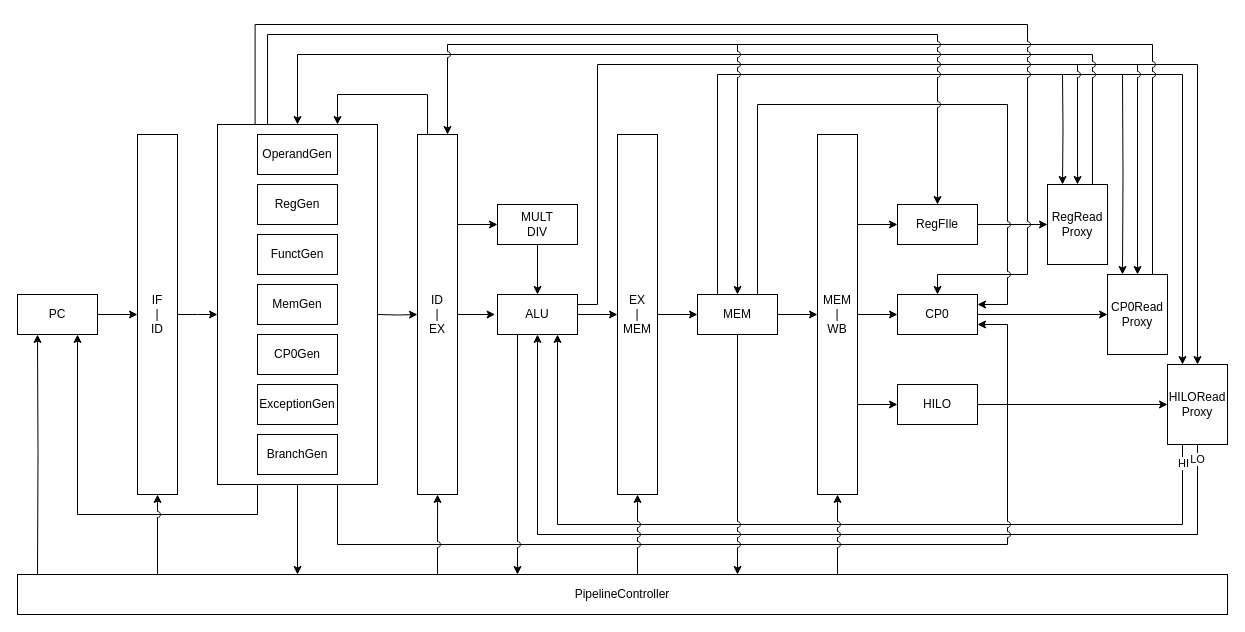
Above: CS/ExternMIPS/算术运算指令/ADD.drawio in umiskky/Diagrams (draw.io), before the change. Source tidied: cells renumbered, new cells numbered last; positions are measured from the earlier drawing's top-left corner, leaving out a move shared by most shapes. Both pictures are drawn from the tidied source at 100%, with x=0, y=0 at pixel (17, 24).
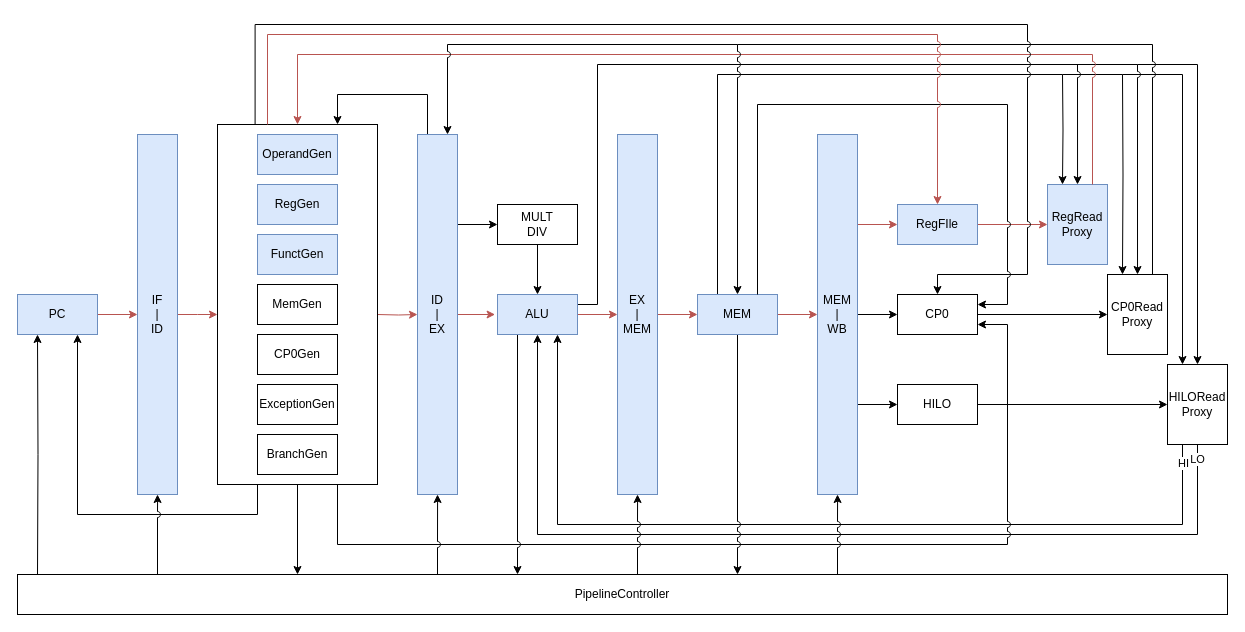
The same diagram, later.

The change refers to these unchanged cells:
```xml
<mxCell id="60" value="&lt;blockquote style=&quot;margin: 0 0 0 40px ; border: none ; padding: 0px&quot;&gt;&lt;/blockquote&gt;" style="rounded=0;whiteSpace=wrap;html=1;align=left;" parent="1" vertex="1">
  <mxGeometry x="200" y="100" width="160" height="360" as="geometry" />
</mxCell>
```

Diff of the diagram source:
```diff
@@
-    <mxCell id="15" style="edgeStyle=orthogonalEdgeStyle;rounded=0;jettySize=auto;html=1;exitX=1;exitY=0.5;exitDx=0;exitDy=0;" parent="1" edge="1" source="17" target="20">
+    <mxCell id="15" style="edgeStyle=orthogonalEdgeStyle;rounded=0;jettySize=auto;html=1;exitX=1;exitY=0.5;exitDx=0;exitDy=0;fillColor=#f8cecc;strokeColor=#b85450;" parent="1" edge="1" source="17" target="20">
       <mxGeometry relative="1" as="geometry" />
     </mxCell>
@@
-    <mxCell id="17" value="PC" style="rounded=0;whiteSpace=wrap;html=1;" parent="1" vertex="1">
+    <mxCell id="17" value="PC" style="rounded=0;whiteSpace=wrap;html=1;fillColor=#dae8fc;strokeColor=#6c8ebf;" parent="1" vertex="1">
       <mxGeometry y="270" width="80" height="40" as="geometry" />
     </mxCell>
-    <mxCell id="18" style="edgeStyle=orthogonalEdgeStyle;rounded=0;jettySize=auto;html=1;exitX=1;exitY=0.5;exitDx=0;exitDy=0;entryX=0;entryY=0.5;entryDx=0;entryDy=0;" parent="1" edge="1" source="20">
+    <mxCell id="18" style="edgeStyle=orthogonalEdgeStyle;rounded=0;jettySize=auto;html=1;exitX=1;exitY=0.5;exitDx=0;exitDy=0;entryX=0;entryY=0.5;entryDx=0;entryDy=0;fillColor=#f8cecc;strokeColor=#b85450;" parent="1" edge="1" source="20">
       <mxGeometry relative="1" as="geometry">
         <mxPoint x="200" y="290" as="targetPoint" />
       </mxGeometry>
     </mxCell>
@@
-    <mxCell id="20" value="IF&lt;br&gt;|&lt;br&gt;ID" style="rounded=0;whiteSpace=wrap;html=1;" parent="1" vertex="1">
+    <mxCell id="20" value="IF&lt;br&gt;|&lt;br&gt;ID" style="rounded=0;whiteSpace=wrap;html=1;fillColor=#dae8fc;strokeColor=#6c8ebf;" parent="1" vertex="1">
       <mxGeometry x="120" y="110" width="40" height="360" as="geometry" />
     </mxCell>
@@
-    <mxCell id="22" style="edgeStyle=orthogonalEdgeStyle;rounded=0;jettySize=auto;html=1;exitX=1;exitY=0.5;exitDx=0;exitDy=0;entryX=-0.03;entryY=0.482;entryDx=0;entryDy=0;entryPerimeter=0;" parent="1" edge="1" source="25" target="40">
+    <mxCell id="22" style="edgeStyle=orthogonalEdgeStyle;rounded=0;jettySize=auto;html=1;exitX=1;exitY=0.5;exitDx=0;exitDy=0;entryX=-0.03;entryY=0.482;entryDx=0;entryDy=0;entryPerimeter=0;fillColor=#f8cecc;strokeColor=#b85450;" parent="1" edge="1" source="25" target="40">
       <mxGeometry relative="1" as="geometry" />
     </mxCell>
@@
-    <mxCell id="25" value="ID&lt;br&gt;|&lt;br&gt;EX" style="rounded=0;whiteSpace=wrap;html=1;" parent="1" vertex="1">
+    <mxCell id="25" value="ID&lt;br&gt;|&lt;br&gt;EX" style="rounded=0;whiteSpace=wrap;html=1;fillColor=#dae8fc;strokeColor=#6c8ebf;" parent="1" vertex="1">
       <mxGeometry x="400" y="110" width="40" height="360" as="geometry" />
     </mxCell>
-    <mxCell id="26" style="edgeStyle=orthogonalEdgeStyle;rounded=0;jettySize=auto;html=1;exitX=1;exitY=0.5;exitDx=0;exitDy=0;entryX=0;entryY=0.5;entryDx=0;entryDy=0;" parent="1" edge="1" source="28" target="43">
+    <mxCell id="26" style="edgeStyle=orthogonalEdgeStyle;rounded=0;jettySize=auto;html=1;exitX=1;exitY=0.5;exitDx=0;exitDy=0;entryX=0;entryY=0.5;entryDx=0;entryDy=0;fillColor=#f8cecc;strokeColor=#b85450;" parent="1" edge="1" source="28" target="43">
       <mxGeometry relative="1" as="geometry" />
     </mxCell>
@@
-    <mxCell id="28" value="EX&lt;br&gt;|&lt;br&gt;MEM" style="rounded=0;whiteSpace=wrap;html=1;" parent="1" vertex="1">
+    <mxCell id="28" value="EX&lt;br&gt;|&lt;br&gt;MEM" style="rounded=0;whiteSpace=wrap;html=1;fillColor=#dae8fc;strokeColor=#6c8ebf;" parent="1" vertex="1">
       <mxGeometry x="600" y="110" width="40" height="360" as="geometry" />
     </mxCell>
@@
-    <mxCell id="30" style="edgeStyle=orthogonalEdgeStyle;rounded=0;jettySize=auto;html=1;exitX=1;exitY=0.25;exitDx=0;exitDy=0;entryX=0;entryY=0.5;entryDx=0;entryDy=0;" parent="1" edge="1" source="33" target="45">
+    <mxCell id="30" style="edgeStyle=orthogonalEdgeStyle;rounded=0;jettySize=auto;html=1;exitX=1;exitY=0.25;exitDx=0;exitDy=0;entryX=0;entryY=0.5;entryDx=0;entryDy=0;fillColor=#f8cecc;strokeColor=#b85450;" parent="1" edge="1" source="33" target="45">
       <mxGeometry relative="1" as="geometry" />
     </mxCell>
@@
-    <mxCell id="33" value="MEM&lt;br&gt;|&lt;br&gt;WB" style="rounded=0;whiteSpace=wrap;html=1;" parent="1" vertex="1">
+    <mxCell id="33" value="MEM&lt;br&gt;|&lt;br&gt;WB" style="rounded=0;whiteSpace=wrap;html=1;fillColor=#dae8fc;strokeColor=#6c8ebf;" parent="1" vertex="1">
       <mxGeometry x="800" y="110" width="40" height="360" as="geometry" />
     </mxCell>
-    <mxCell id="34" style="edgeStyle=orthogonalEdgeStyle;rounded=0;jettySize=auto;html=1;exitX=1;exitY=0.5;exitDx=0;exitDy=0;entryX=0;entryY=0.5;entryDx=0;entryDy=0;" parent="1" edge="1" target="25">
+    <mxCell id="34" style="edgeStyle=orthogonalEdgeStyle;rounded=0;jettySize=auto;html=1;exitX=1;exitY=0.5;exitDx=0;exitDy=0;entryX=0;entryY=0.5;entryDx=0;entryDy=0;fillColor=#f8cecc;strokeColor=#b85450;" parent="1" edge="1" target="25">
       <mxGeometry relative="1" as="geometry">
         <mxPoint x="360" y="290" as="sourcePoint" />
       </mxGeometry>
     </mxCell>
@@
-    <mxCell id="38" style="edgeStyle=orthogonalEdgeStyle;rounded=0;jettySize=auto;html=1;exitX=1;exitY=0.5;exitDx=0;exitDy=0;entryX=0;entryY=0.5;entryDx=0;entryDy=0;" parent="1" edge="1" source="40" target="28">
+    <mxCell id="38" style="edgeStyle=orthogonalEdgeStyle;rounded=0;jettySize=auto;html=1;exitX=1;exitY=0.5;exitDx=0;exitDy=0;entryX=0;entryY=0.5;entryDx=0;entryDy=0;fillColor=#f8cecc;strokeColor=#b85450;" parent="1" edge="1" source="40" target="28">
       <mxGeometry relative="1" as="geometry" />
     </mxCell>
@@
-    <mxCell id="40" value="ALU" style="rounded=0;whiteSpace=wrap;html=1;" parent="1" vertex="1">
+    <mxCell id="40" value="ALU" style="rounded=0;whiteSpace=wrap;html=1;fillColor=#dae8fc;strokeColor=#6c8ebf;" parent="1" vertex="1">
       <mxGeometry x="480" y="270" width="80" height="40" as="geometry" />
     </mxCell>
-    <mxCell id="41" style="edgeStyle=orthogonalEdgeStyle;rounded=0;jettySize=auto;html=1;exitX=1;exitY=0.5;exitDx=0;exitDy=0;entryX=0;entryY=0.5;entryDx=0;entryDy=0;" parent="1" edge="1" source="43" target="33">
+    <mxCell id="41" style="edgeStyle=orthogonalEdgeStyle;rounded=0;jettySize=auto;html=1;exitX=1;exitY=0.5;exitDx=0;exitDy=0;entryX=0;entryY=0.5;entryDx=0;entryDy=0;fillColor=#f8cecc;strokeColor=#b85450;" parent="1" edge="1" source="43" target="33">
       <mxGeometry relative="1" as="geometry" />
     </mxCell>
@@
-    <mxCell id="43" value="MEM" style="rounded=0;whiteSpace=wrap;html=1;" parent="1" vertex="1">
+    <mxCell id="43" value="MEM" style="rounded=0;whiteSpace=wrap;html=1;fillColor=#dae8fc;strokeColor=#6c8ebf;" parent="1" vertex="1">
       <mxGeometry x="680" y="270" width="80" height="40" as="geometry" />
     </mxCell>
-    <mxCell id="44" style="edgeStyle=orthogonalEdgeStyle;rounded=0;jettySize=auto;html=1;exitX=1;exitY=0.5;exitDx=0;exitDy=0;entryX=0;entryY=0.5;entryDx=0;entryDy=0;" parent="1" edge="1" source="45" target="51">
+    <mxCell id="44" style="edgeStyle=orthogonalEdgeStyle;rounded=0;jettySize=auto;html=1;exitX=1;exitY=0.5;exitDx=0;exitDy=0;entryX=0;entryY=0.5;entryDx=0;entryDy=0;fillColor=#f8cecc;strokeColor=#b85450;" parent="1" edge="1" source="45" target="51">
       <mxGeometry relative="1" as="geometry" />
     </mxCell>
-    <mxCell id="45" value="RegFIle" style="rounded=0;whiteSpace=wrap;html=1;" parent="1" vertex="1">
+    <mxCell id="45" value="RegFIle" style="rounded=0;whiteSpace=wrap;html=1;fillColor=#dae8fc;strokeColor=#6c8ebf;" parent="1" vertex="1">
       <mxGeometry x="880" y="180" width="80" height="40" as="geometry" />
     </mxCell>
@@
-    <mxCell id="51" value="RegRead&lt;br&gt;Proxy" style="rounded=0;whiteSpace=wrap;html=1;" parent="1" vertex="1">
+    <mxCell id="51" value="RegRead&lt;br&gt;Proxy" style="rounded=0;whiteSpace=wrap;html=1;fillColor=#dae8fc;strokeColor=#6c8ebf;" parent="1" vertex="1">
       <mxGeometry x="1030" y="160" width="60" height="80" as="geometry" />
     </mxCell>
@@
-    <mxCell id="57" style="edgeStyle=orthogonalEdgeStyle;rounded=0;jettySize=auto;html=1;exitX=0.75;exitY=0;exitDx=0;exitDy=0;jumpStyle=arc;entryX=0.5;entryY=0;entryDx=0;entryDy=0;" parent="1" edge="1" source="51" target="60">
+    <mxCell id="57" style="edgeStyle=orthogonalEdgeStyle;rounded=0;jettySize=auto;html=1;exitX=0.75;exitY=0;exitDx=0;exitDy=0;jumpStyle=arc;entryX=0.5;entryY=0;entryDx=0;entryDy=0;fillColor=#f8cecc;strokeColor=#b85450;" parent="1" edge="1" source="51" target="60">
       <mxGeometry relative="1" as="geometry">
         <Array as="points">
           <mxPoint x="1075" y="30" />
           <mxPoint x="280" y="30" />
         </Array>
       </mxGeometry>
     </mxCell>
@@
-    <mxCell id="61" value="OperandGen" style="rounded=0;whiteSpace=wrap;html=1;" parent="1" vertex="1">
+    <mxCell id="61" value="OperandGen" style="rounded=0;whiteSpace=wrap;html=1;fillColor=#dae8fc;strokeColor=#6c8ebf;" parent="1" vertex="1">
       <mxGeometry x="240" y="110" width="80" height="40" as="geometry" />
     </mxCell>
@@
-    <mxCell id="64" value="FunctGen" style="rounded=0;whiteSpace=wrap;html=1;" parent="1" vertex="1">
+    <mxCell id="64" value="FunctGen" style="rounded=0;whiteSpace=wrap;html=1;fillColor=#dae8fc;strokeColor=#6c8ebf;" parent="1" vertex="1">
       <mxGeometry x="240" y="210" width="80" height="40" as="geometry" />
     </mxCell>
@@
-    <mxCell id="67" value="RegGen" style="rounded=0;whiteSpace=wrap;html=1;" parent="1" vertex="1">
+    <mxCell id="67" value="RegGen" style="rounded=0;whiteSpace=wrap;html=1;fillColor=#dae8fc;strokeColor=#6c8ebf;" parent="1" vertex="1">
       <mxGeometry x="240" y="160" width="80" height="40" as="geometry" />
     </mxCell>
@@
-    <mxCell id="72" style="edgeStyle=orthogonalEdgeStyle;rounded=0;jumpStyle=arc;jettySize=auto;html=1;entryX=0.5;entryY=0;entryDx=0;entryDy=0;endFill=1;" parent="1" edge="1" target="45">
+    <mxCell id="72" style="edgeStyle=orthogonalEdgeStyle;rounded=0;jumpStyle=arc;jettySize=auto;html=1;entryX=0.5;entryY=0;entryDx=0;entryDy=0;endFill=1;fillColor=#f8cecc;strokeColor=#b85450;" parent="1" edge="1" target="45">
       <mxGeometry relative="1" as="geometry">
         <mxPoint x="250" y="100" as="sourcePoint" />
         <Array as="points">
           <mxPoint x="250" y="100" />
           <mxPoint x="250" y="10" />
           <mxPoint x="920" y="10" />
         </Array>
       </mxGeometry>
     </mxCell>
```
